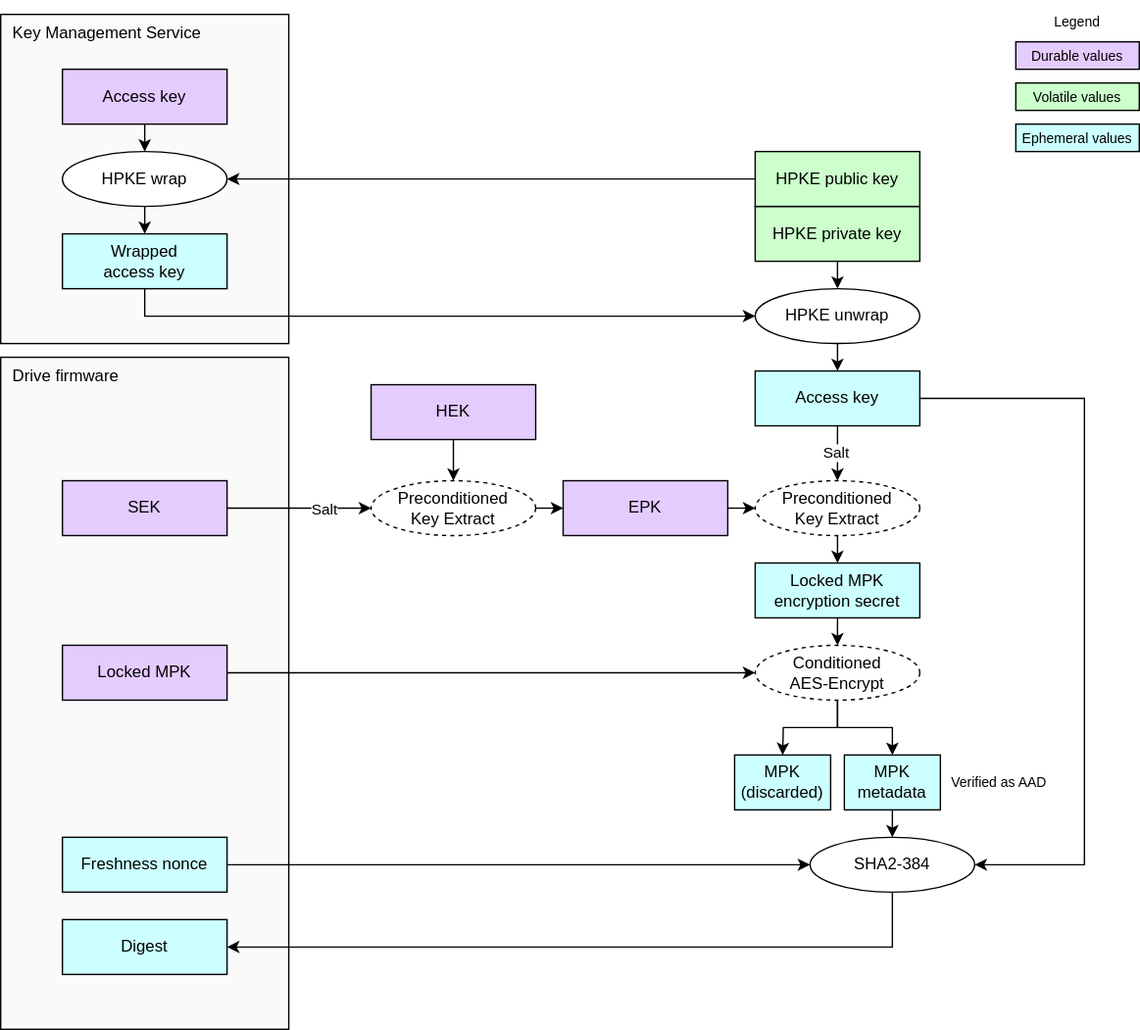
Above: doc/ocp_lock/diagrams/mpk_access_key_testing.drawio.svg in chipsalliance/Caliptra (draw.io), before the change. Source tidied: cells renumbered, new cells last; positions are measured from the earlier drawing's top-left corner, leaving out a move shared by most shapes.
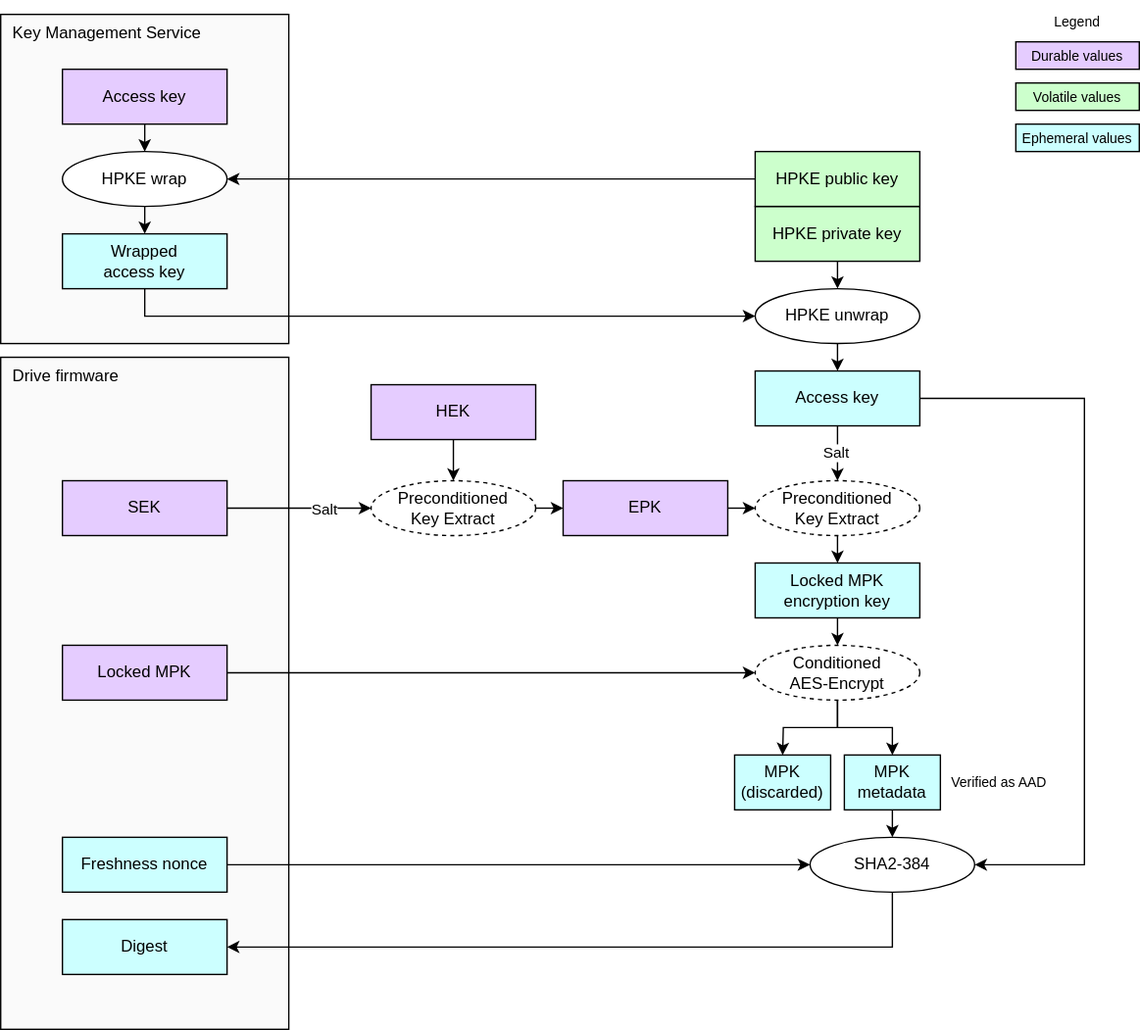
After the commit.

What changed in the source:
```diff
@@ -73,7 +73,7 @@
     <mxCell id="24" value="&lt;div&gt;&lt;font color=&quot;#000000&quot;&gt;HEK&lt;/font&gt;&lt;/div&gt;" style="rounded=0;whiteSpace=wrap;html=1;align=center;verticalAlign=middle;shadow=0;glass=0;spacingLeft=0;spacingBottom=0;spacingTop=0;fillColor=#E5CCFF;" parent="1" vertex="1">
       <mxGeometry x="270" y="280" width="120" height="40" as="geometry" />
     </mxCell>
-    <mxCell id="25" value="&lt;div&gt;&lt;font color=&quot;#000000&quot;&gt;Locked MPK encryption secret&lt;/font&gt;&lt;/div&gt;" style="rounded=0;whiteSpace=wrap;html=1;align=center;verticalAlign=middle;shadow=0;glass=0;spacingLeft=0;spacingBottom=0;spacingTop=0;fillColor=#CCFFFF;" parent="1" vertex="1">
+    <mxCell id="25" value="&lt;div&gt;&lt;font color=&quot;#000000&quot;&gt;Locked MPK encryption key&lt;/font&gt;&lt;/div&gt;" style="rounded=0;whiteSpace=wrap;html=1;align=center;verticalAlign=middle;shadow=0;glass=0;spacingLeft=0;spacingBottom=0;spacingTop=0;fillColor=#CCFFFF;" parent="1" vertex="1">
       <mxGeometry x="550" y="410" width="120" height="40" as="geometry" />
     </mxCell>
     <mxCell id="26" style="edgeStyle=orthogonalEdgeStyle;html=1;exitX=1;exitY=0.5;exitDx=0;exitDy=0;entryX=1;entryY=0.5;entryDx=0;entryDy=0;rounded=0;" parent="1" edge="1" source="27" target="8">
```
